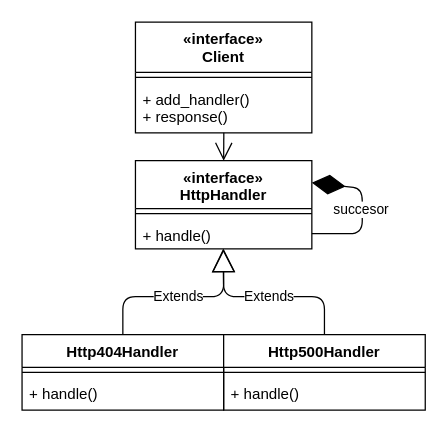
This is design patterns/UML/ChainOfResponsibility.drawio from djangorepos/design_patterns, a draw.io file, before an edit. Source tidied: cells renumbered, new cells numbered last; positions are measured from the earlier drawing's top-left corner, leaving out a move shared by most shapes. Both pictures are drawn from the tidied source at 126%, with x=0, y=0 at pixel (21, 21).
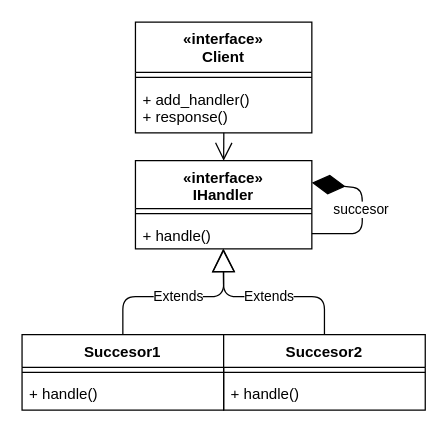
Above is the later version.

Change to the diagram source:
```diff
@@
-    <mxCell id="2" value="«interface»&#10;HttpHandler" style="swimlane;fontStyle=1;align=center;verticalAlign=top;horizontal=1;startSize=38;" parent="1" vertex="1">
+    <mxCell id="2" value="«interface»&#10;IHandler" style="swimlane;fontStyle=1;align=center;verticalAlign=top;horizontal=1;startSize=38;" parent="1" vertex="1">
       <mxGeometry x="90" y="110" width="140" height="70" as="geometry" />
     </mxCell>
@@
-    <mxCell id="10" value="Http404Handler" style="swimlane;fontStyle=1;align=center;verticalAlign=top;horizontal=1;startSize=26;" parent="1" vertex="1">
+    <mxCell id="10" value="Succesor1" style="swimlane;fontStyle=1;align=center;verticalAlign=top;horizontal=1;startSize=26;" parent="1" vertex="1">
       <mxGeometry y="248" width="160" height="60" as="geometry" />
     </mxCell>
@@
-    <mxCell id="13" value="Http500Handler" style="swimlane;fontStyle=1;align=center;verticalAlign=top;horizontal=1;startSize=26;" parent="1" vertex="1">
+    <mxCell id="13" value="Succesor2" style="swimlane;fontStyle=1;align=center;verticalAlign=top;horizontal=1;startSize=26;" parent="1" vertex="1">
       <mxGeometry x="160" y="248" width="160" height="60" as="geometry" />
     </mxCell>
```
